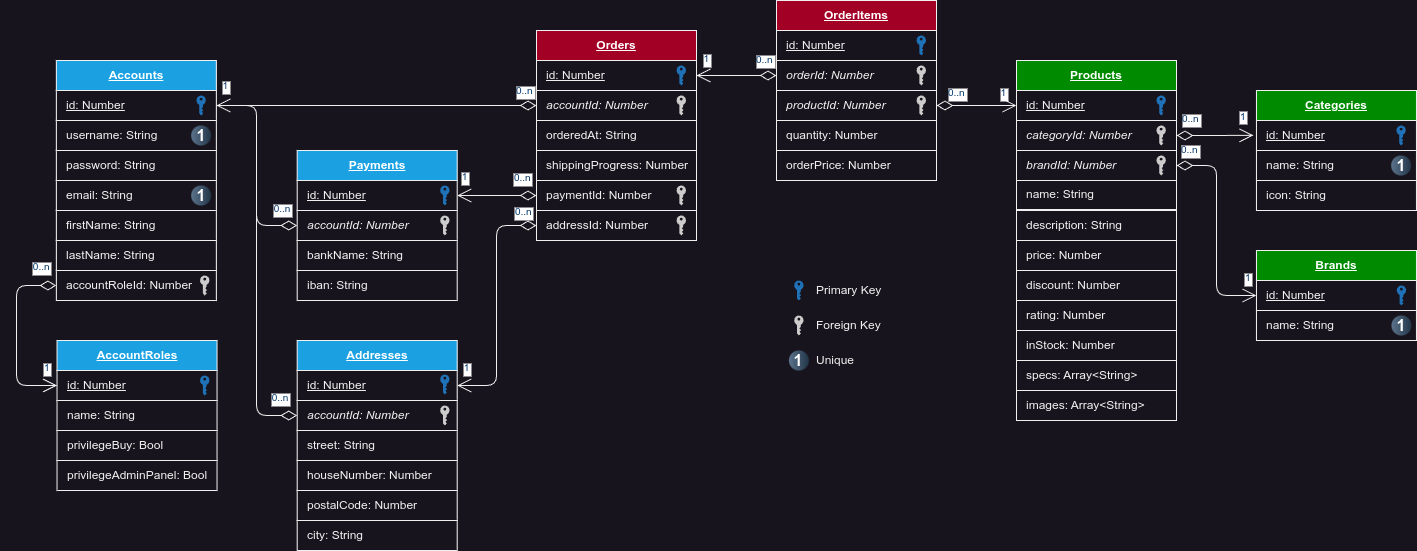
Earlier version of the draw.io export misc/images/database.png (TobiZog/eventmaster). Source tidied: cells renumbered, new cells last; positions are measured from the earlier drawing's top-left corner, leaving out a move shared by most shapes.
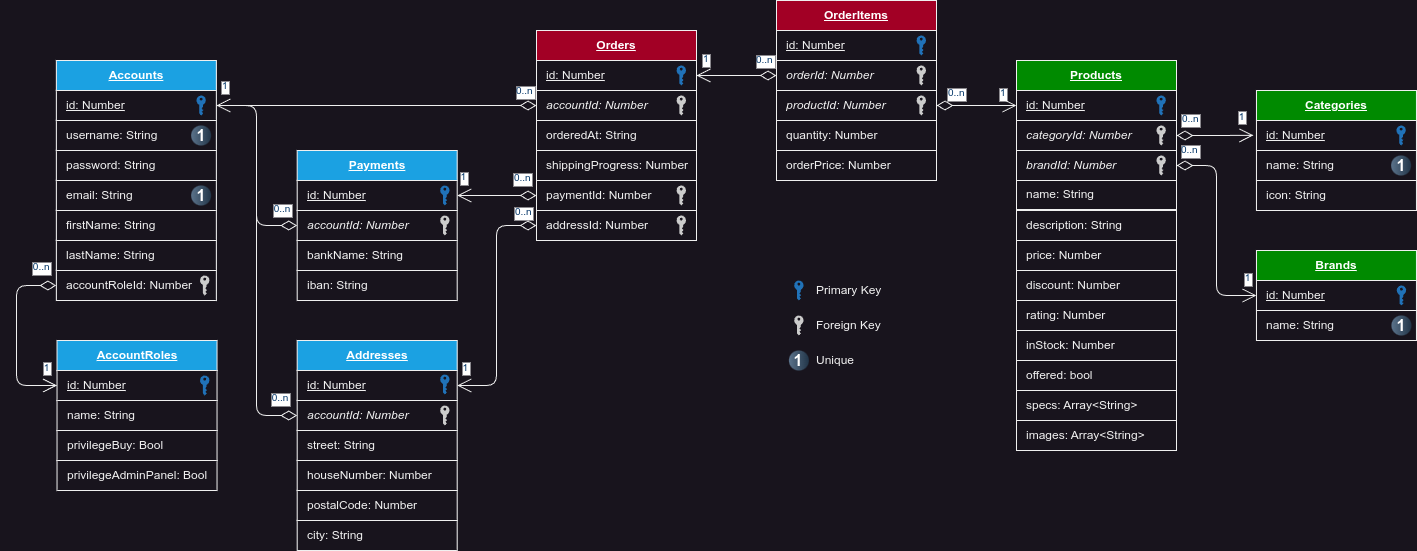
Later version of the same file.

The edit, as a diff of the source:
```diff
@@ -201,10 +201,10 @@
       </mxGeometry>
     </mxCell>
     <mxCell id="64" value="&lt;blockquote style=&quot;margin: 0px 0px 0px 8px; border: none; padding: 0px;&quot;&gt;images: Array&amp;lt;String&amp;gt;&lt;/blockquote&gt;" style="rounded=0;whiteSpace=wrap;html=1;align=left;" parent="1" vertex="1">
-      <mxGeometry x="1000" y="390" width="160" height="30" as="geometry" />
+      <mxGeometry x="1000" y="420" width="160" height="30" as="geometry" />
     </mxCell>
     <mxCell id="65" value="&lt;blockquote style=&quot;margin: 0px 0px 0px 8px; border: none; padding: 0px;&quot;&gt;specs: Array&amp;lt;String&amp;gt;&lt;/blockquote&gt;" style="rounded=0;whiteSpace=wrap;html=1;align=left;" parent="1" vertex="1">
-      <mxGeometry x="1000" y="360" width="160" height="30" as="geometry" />
+      <mxGeometry x="1000" y="390" width="160" height="30" as="geometry" />
     </mxCell>
     <mxCell id="66" value="&lt;blockquote style=&quot;margin: 0px 0px 0px 8px; border: none; padding: 0px;&quot;&gt;inStock: Number&lt;/blockquote&gt;" style="rounded=0;whiteSpace=wrap;html=1;align=left;" parent="1" vertex="1">
       <mxGeometry x="1000" y="330" width="160" height="30" as="geometry" />
@@ -400,5 +400,8 @@
     <mxCell id="115" style="sketch=0;shadow=0;dashed=0;html=1;strokeColor=none;labelPosition=center;verticalLabelPosition=bottom;verticalAlign=top;align=center;shape=mxgraph.office.security.key_permissions;fillColor=#CCCCCC;" parent="1" vertex="1">
       <mxGeometry x="660.1" y="215" width="9.4" height="20" as="geometry" />
     </mxCell>
+    <mxCell id="116" value="&lt;blockquote style=&quot;margin: 0px 0px 0px 8px; border: none; padding: 0px;&quot;&gt;offered: bool&lt;/blockquote&gt;" style="rounded=0;whiteSpace=wrap;html=1;align=left;" parent="1" vertex="1">
+      <mxGeometry x="1000" y="360" width="160" height="30" as="geometry" />
+    </mxCell>
   </root>
 </mxGraphModel>
```
